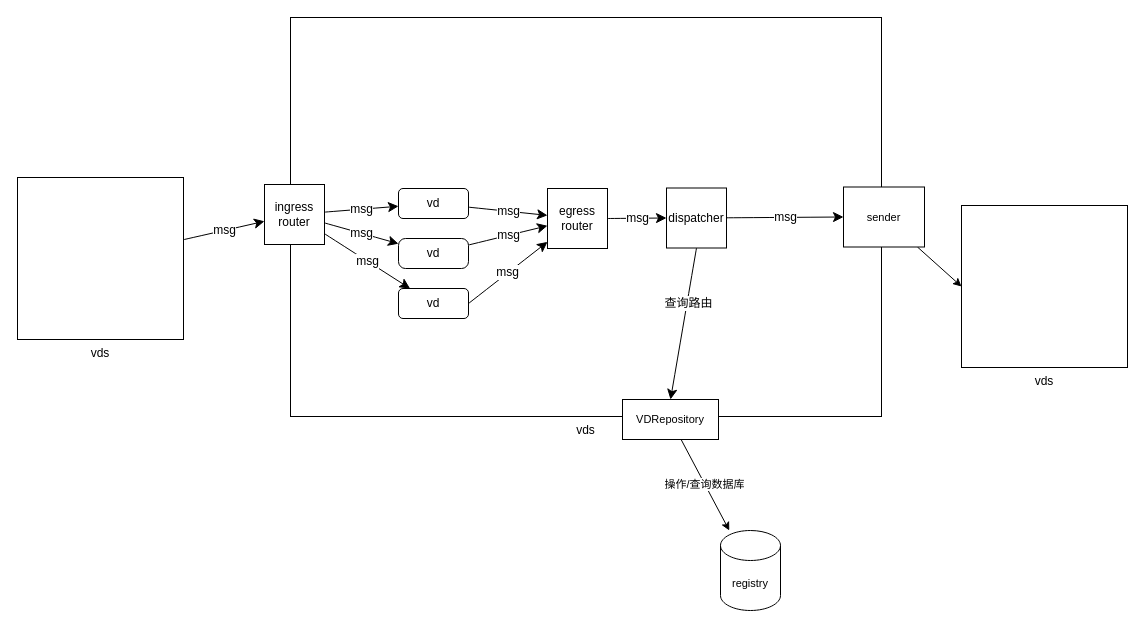
Earlier version of the draw.io diagram page "vds结构" (1 of 4) of vds图示.drawio (AOisUsed/vds). Source tidied: cells renumbered, new cells numbered last; positions are measured from the earlier drawing's top-left corner, leaving out a move shared by most shapes. Both pictures are drawn from the tidied source at 100%, with x=0, y=0 at pixel (17, 17).
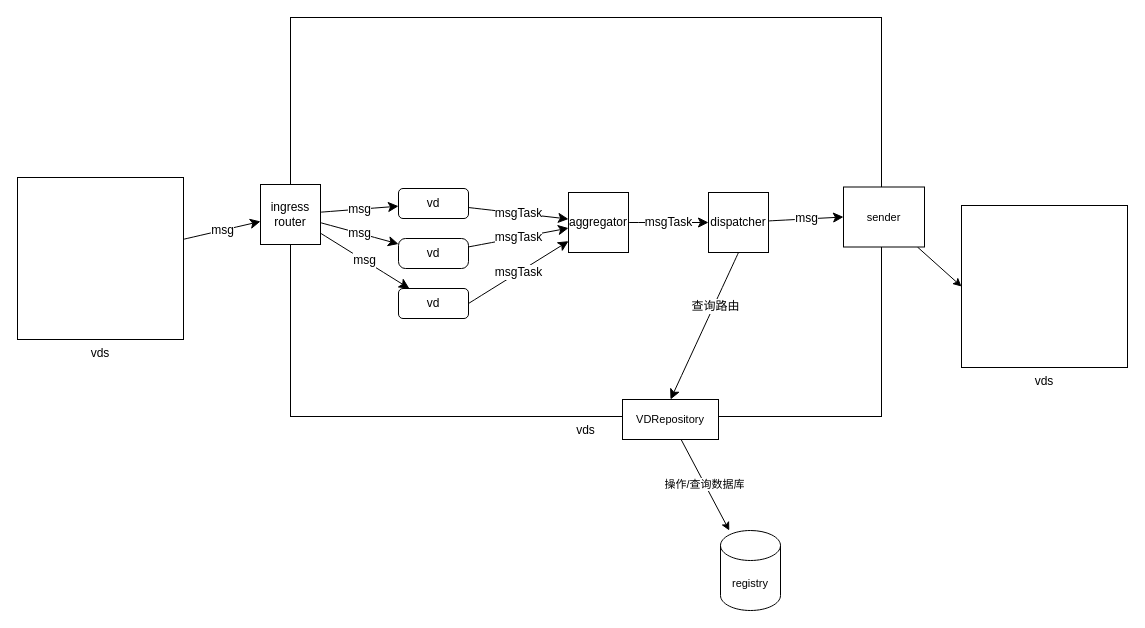
The same diagram, later.

The change refers to these unchanged cells:
```xml
<mxCell id="4" value="vd" style="rounded=1;whiteSpace=wrap;html=1;" parent="1" vertex="1">
  <mxGeometry x="381" y="171" width="70" height="30" as="geometry" />
</mxCell>
<mxCell id="6" value="vd" style="rounded=1;whiteSpace=wrap;html=1;arcSize=23;" parent="1" vertex="1">
  <mxGeometry x="381" y="221" width="70" height="30" as="geometry" />
</mxCell>
<mxCell id="8" value="vd" style="rounded=1;whiteSpace=wrap;html=1;" parent="1" vertex="1">
  <mxGeometry x="381" y="271" width="70" height="30" as="geometry" />
</mxCell>
```

The edit, as a diff of the source:
```diff
@@
-    <mxCell id="3" value="msg" style="edgeStyle=none;curved=1;rounded=0;jettySize=auto;html=1;fontSize=12;startSize=8;endSize=8;" parent="1" edge="1" source="4" target="14">
+    <mxCell id="3" value="msgTask" style="edgeStyle=none;curved=1;rounded=0;jettySize=auto;html=1;fontSize=12;startSize=8;endSize=8;" parent="1" edge="1" source="4" target="14">
       <mxGeometry relative="1" as="geometry" />
     </mxCell>
@@
-    <mxCell id="5" value="msg" style="edgeStyle=none;curved=1;rounded=0;jettySize=auto;html=1;fontSize=12;startSize=8;endSize=8;" parent="1" edge="1" source="6" target="14">
+    <mxCell id="5" value="msgTask" style="edgeStyle=none;curved=1;rounded=0;jettySize=auto;html=1;fontSize=12;startSize=8;endSize=8;" parent="1" edge="1" source="6" target="14">
       <mxGeometry relative="1" as="geometry" />
     </mxCell>
@@
-    <mxCell id="7" value="msg" style="edgeStyle=none;curved=1;rounded=0;jettySize=auto;html=1;fontSize=12;startSize=8;endSize=8;exitX=1;exitY=0.5;exitDx=0;exitDy=0;" parent="1" edge="1" source="8" target="14">
+    <mxCell id="7" value="msgTask" style="edgeStyle=none;curved=1;rounded=0;jettySize=auto;html=1;fontSize=12;startSize=8;endSize=8;exitX=1;exitY=0.5;exitDx=0;exitDy=0;" parent="1" edge="1" source="8" target="14">
       <mxGeometry relative="1" as="geometry" />
     </mxCell>
@@
     <mxCell id="12" value="ingress&lt;div&gt;router&lt;/div&gt;" style="rounded=0;whiteSpace=wrap;html=1;" parent="1" vertex="1">
-      <mxGeometry x="247" y="167" width="60" height="60" as="geometry" />
+      <mxGeometry x="243" y="167" width="60" height="60" as="geometry" />
     </mxCell>
-    <mxCell id="13" value="msg" style="edgeStyle=none;curved=1;rounded=0;jettySize=auto;html=1;fontSize=12;startSize=8;endSize=8;exitX=1;exitY=0.5;exitDx=0;exitDy=0;entryX=0;entryY=0.5;entryDx=0;entryDy=0;" parent="1" edge="1" source="14" target="18">
+    <mxCell id="13" value="msgTask" style="edgeStyle=none;curved=1;rounded=0;jettySize=auto;html=1;fontSize=12;startSize=8;endSize=8;exitX=1;exitY=0.5;exitDx=0;exitDy=0;entryX=0;entryY=0.5;entryDx=0;entryDy=0;" parent="1" edge="1" source="14" target="18">
       <mxGeometry relative="1" as="geometry" />
     </mxCell>
-    <mxCell id="14" value="egress&lt;div&gt;router&lt;/div&gt;" style="rounded=0;whiteSpace=wrap;html=1;" parent="1" vertex="1">
-      <mxGeometry x="530" y="171" width="60" height="60" as="geometry" />
+    <mxCell id="14" value="aggregator" style="rounded=0;whiteSpace=wrap;html=1;" parent="1" vertex="1">
+      <mxGeometry x="551" y="175" width="60" height="60" as="geometry" />
     </mxCell>
@@
     <mxCell id="18" value="dispatcher" style="rounded=0;whiteSpace=wrap;html=1;" parent="1" vertex="1">
-      <mxGeometry x="649" y="170.5" width="60" height="60" as="geometry" />
+      <mxGeometry x="691" y="175" width="60" height="60" as="geometry" />
     </mxCell>
```
